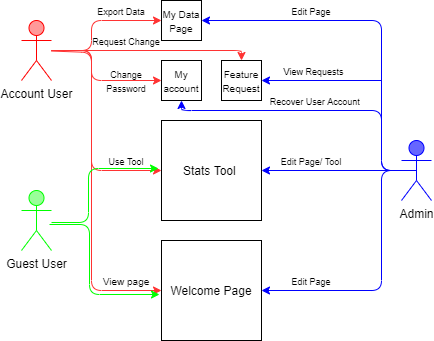
jbonvissuto/COSC412-Jackson-Bonvissuto keeps this draw.io diagram as Use_Cases/Overalll_Use_Case.png. Above is the earlier version. Source tidied: cells renumbered, new cells last; positions are measured from the earlier drawing's top-left corner, leaving out a move shared by most shapes. Source of this version:
```xml
<mxGraphModel>
  <root>
    <mxCell id="0" />
    <mxCell id="1" parent="0" />
    <mxCell id="2" value="Account User" style="shape=umlActor;verticalLabelPosition=bottom;verticalAlign=top;html=1;outlineConnect=0;strokeColor=#FF0000;fillColor=#FF9999;" parent="1" vertex="1">
      <mxGeometry y="20" width="30" height="60" as="geometry" />
    </mxCell>
    <mxCell id="3" value="Guest User&lt;br&gt;" style="shape=umlActor;verticalLabelPosition=bottom;verticalAlign=top;html=1;strokeColor=#00FF00;fillColor=#99FF99;" parent="1" vertex="1">
      <mxGeometry y="190" width="30" height="60" as="geometry" />
    </mxCell>
    <mxCell id="4" value="Admin&lt;br&gt;" style="shape=umlActor;verticalLabelPosition=bottom;verticalAlign=top;html=1;outlineConnect=0;strokeColor=#0000FF;fillColor=#6666FF;" parent="1" vertex="1">
      <mxGeometry x="380" y="140" width="30" height="60" as="geometry" />
    </mxCell>
    <mxCell id="5" value="Welcome Page" style="whiteSpace=wrap;html=1;strokeColor=#000000;fillColor=#FFFFFF;" parent="1" vertex="1">
      <mxGeometry x="140" y="240" width="100" height="100" as="geometry" />
    </mxCell>
    <mxCell id="6" value="Stats Tool&amp;nbsp;" style="whiteSpace=wrap;html=1;strokeColor=#000000;fillColor=#FFFFFF;" parent="1" vertex="1">
      <mxGeometry x="140" y="120" width="100" height="100" as="geometry" />
    </mxCell>
    <mxCell id="7" value="&lt;font style=&quot;font-size: 10px&quot;&gt;My Data Page&lt;/font&gt;" style="whiteSpace=wrap;html=1;strokeColor=#000000;fillColor=#FFFFFF;" parent="1" vertex="1">
      <mxGeometry x="140" width="40" height="40" as="geometry" />
    </mxCell>
    <mxCell id="8" value="&lt;font style=&quot;font-size: 10px&quot;&gt;Feature Request&lt;/font&gt;" style="whiteSpace=wrap;html=1;strokeColor=#000000;fillColor=#FFFFFF;" parent="1" vertex="1">
      <mxGeometry x="200" y="60" width="40" height="40" as="geometry" />
    </mxCell>
    <mxCell id="9" value="&lt;font style=&quot;font-size: 10px&quot;&gt;My account&lt;/font&gt;" style="rounded=0;whiteSpace=wrap;html=1;strokeColor=#000000;fillColor=#FFFFFF;" parent="1" vertex="1">
      <mxGeometry x="140" y="60" width="40" height="40" as="geometry" />
    </mxCell>
    <mxCell id="10" style="endArrow=classic;html=1;entryX=0;entryY=0.5;entryDx=0;entryDy=0;strokeColor=#FF3333;" parent="1" edge="1" source="2" target="6">
      <mxGeometry relative="1" as="geometry">
        <Array as="points">
          <mxPoint x="70" y="50" />
          <mxPoint x="70" y="170" />
        </Array>
      </mxGeometry>
    </mxCell>
    <mxCell id="11" style="endArrow=classic;html=1;entryX=0;entryY=0.5;entryDx=0;entryDy=0;strokeColor=#FF3333;" parent="1" edge="1" source="2" target="7">
      <mxGeometry relative="1" as="geometry">
        <Array as="points">
          <mxPoint x="70" y="50" />
          <mxPoint x="70" y="20" />
        </Array>
      </mxGeometry>
    </mxCell>
    <mxCell id="12" style="endArrow=classic;html=1;entryX=0;entryY=0.5;entryDx=0;entryDy=0;strokeColor=#FF3333;" parent="1" edge="1" source="2" target="9">
      <mxGeometry relative="1" as="geometry">
        <Array as="points">
          <mxPoint x="70" y="52" />
          <mxPoint x="70" y="80" />
        </Array>
      </mxGeometry>
    </mxCell>
    <mxCell id="13" style="endArrow=classic;html=1;entryX=0.5;entryY=0;entryDx=0;entryDy=0;strokeColor=#FF3333;" parent="1" edge="1" source="2" target="8">
      <mxGeometry relative="1" as="geometry">
        <Array as="points">
          <mxPoint x="220" y="50" />
        </Array>
      </mxGeometry>
    </mxCell>
    <mxCell id="14" style="endArrow=classic;html=1;entryX=0;entryY=0.5;entryDx=0;entryDy=0;strokeColor=#FF3333;" parent="1" edge="1" source="2" target="5">
      <mxGeometry relative="1" as="geometry">
        <Array as="points">
          <mxPoint x="70" y="50" />
          <mxPoint x="70" y="290" />
        </Array>
      </mxGeometry>
    </mxCell>
    <mxCell id="15" value="&lt;font style=&quot;font-size: 9px&quot;&gt;Export Data&lt;/font&gt;" style="text;html=1;strokeColor=none;fillColor=none;align=center;verticalAlign=middle;whiteSpace=wrap;rounded=0;" parent="1" vertex="1">
      <mxGeometry x="70" width="60" height="20" as="geometry" />
    </mxCell>
    <mxCell id="16" value="&lt;font style=&quot;font-size: 9px&quot;&gt;Request Change&lt;/font&gt;" style="text;html=1;strokeColor=none;fillColor=none;align=center;verticalAlign=middle;whiteSpace=wrap;rounded=0;" parent="1" vertex="1">
      <mxGeometry x="70" y="30" width="70" height="20" as="geometry" />
    </mxCell>
    <mxCell id="17" value="&lt;font style=&quot;font-size: 9px&quot;&gt;Change Password&lt;/font&gt;" style="text;html=1;strokeColor=none;fillColor=none;align=center;verticalAlign=middle;whiteSpace=wrap;rounded=0;" parent="1" vertex="1">
      <mxGeometry x="70" y="70" width="70" height="20" as="geometry" />
    </mxCell>
    <mxCell id="18" value="&lt;font style=&quot;font-size: 9px&quot;&gt;Use Tool&lt;/font&gt;" style="text;html=1;strokeColor=none;fillColor=none;align=center;verticalAlign=middle;whiteSpace=wrap;rounded=0;" parent="1" vertex="1">
      <mxGeometry x="70" y="150" width="70" height="20" as="geometry" />
    </mxCell>
    <mxCell id="19" value="&lt;font size=&quot;1&quot;&gt;View page&lt;/font&gt;" style="text;html=1;strokeColor=none;fillColor=none;align=center;verticalAlign=middle;whiteSpace=wrap;rounded=0;" parent="1" vertex="1">
      <mxGeometry x="70" y="270" width="70" height="20" as="geometry" />
    </mxCell>
    <mxCell id="20" style="endArrow=classic;html=1;strokeColor=#00FF00;entryX=1;entryY=1;entryDx=0;entryDy=0;fontStyle=1;" parent="1" edge="1">
      <mxGeometry relative="1" as="geometry">
        <mxPoint x="28" y="224" as="sourcePoint" />
        <mxPoint x="138" y="294" as="targetPoint" />
        <Array as="points">
          <mxPoint x="68" y="224" />
          <mxPoint x="68" y="294" />
        </Array>
      </mxGeometry>
    </mxCell>
    <mxCell id="21" style="endArrow=classic;html=1;strokeColor=#00FF00;entryX=1;entryY=1;entryDx=0;entryDy=0;" parent="1" edge="1">
      <mxGeometry relative="1" as="geometry">
        <mxPoint x="30" y="222" as="sourcePoint" />
        <mxPoint x="137" y="168" as="targetPoint" />
        <Array as="points">
          <mxPoint x="67" y="222" />
          <mxPoint x="67" y="168" />
        </Array>
      </mxGeometry>
    </mxCell>
    <mxCell id="22" style="endArrow=classic;html=1;strokeColor=#0000FF;exitX=0.5;exitY=0.5;exitDx=0;exitDy=0;exitPerimeter=0;entryX=1;entryY=0.5;entryDx=0;entryDy=0;" parent="1" edge="1" source="4" target="6">
      <mxGeometry relative="1" as="geometry" />
    </mxCell>
    <mxCell id="23" style="endArrow=classic;html=1;strokeColor=#0000FF;exitX=0.5;exitY=0.5;exitDx=0;exitDy=0;exitPerimeter=0;entryX=1;entryY=0.5;entryDx=0;entryDy=0;" parent="1" edge="1" source="4" target="7">
      <mxGeometry relative="1" as="geometry">
        <Array as="points">
          <mxPoint x="360" y="170" />
          <mxPoint x="360" y="20" />
        </Array>
      </mxGeometry>
    </mxCell>
    <mxCell id="24" style="endArrow=classic;html=1;strokeColor=#0000FF;exitX=0.5;exitY=0.5;exitDx=0;exitDy=0;exitPerimeter=0;entryX=0.5;entryY=1;entryDx=0;entryDy=0;" parent="1" edge="1" source="4" target="9">
      <mxGeometry relative="1" as="geometry">
        <Array as="points">
          <mxPoint x="360" y="170" />
          <mxPoint x="360" y="110" />
          <mxPoint x="160" y="110" />
        </Array>
      </mxGeometry>
    </mxCell>
    <mxCell id="25" style="endArrow=classic;html=1;strokeColor=#0000FF;entryX=1;entryY=0.5;entryDx=0;entryDy=0;exitX=0.5;exitY=0.5;exitDx=0;exitDy=0;exitPerimeter=0;" parent="1" edge="1" source="4" target="5">
      <mxGeometry relative="1" as="geometry">
        <Array as="points">
          <mxPoint x="360" y="170" />
          <mxPoint x="360" y="290" />
        </Array>
      </mxGeometry>
    </mxCell>
    <mxCell id="26" style="endArrow=classic;html=1;strokeColor=#0000FF;entryX=1;entryY=0.5;entryDx=0;entryDy=0;" parent="1" edge="1" target="8">
      <mxGeometry relative="1" as="geometry">
        <mxPoint x="360" y="80" as="sourcePoint" />
      </mxGeometry>
    </mxCell>
    <mxCell id="27" value="&lt;font style=&quot;font-size: 9px&quot;&gt;Edit Page&lt;/font&gt;" style="text;html=1;strokeColor=none;fillColor=none;align=center;verticalAlign=middle;whiteSpace=wrap;rounded=0;" parent="1" vertex="1">
      <mxGeometry x="260" y="270" width="60" height="20" as="geometry" />
    </mxCell>
    <mxCell id="28" value="&lt;font style=&quot;font-size: 9px&quot;&gt;Edit Page/ Tool&lt;/font&gt;" style="text;html=1;strokeColor=none;fillColor=none;align=center;verticalAlign=middle;whiteSpace=wrap;rounded=0;" parent="1" vertex="1">
      <mxGeometry x="250" y="150" width="80" height="20" as="geometry" />
    </mxCell>
    <mxCell id="29" value="&lt;font style=&quot;font-size: 9px&quot;&gt;View Requests&lt;/font&gt;" style="text;html=1;strokeColor=none;fillColor=none;align=center;verticalAlign=middle;whiteSpace=wrap;rounded=0;" parent="1" vertex="1">
      <mxGeometry x="255" y="60" width="75" height="20" as="geometry" />
    </mxCell>
    <mxCell id="30" value="&lt;font style=&quot;font-size: 9px&quot;&gt;Recover User Account&amp;nbsp;&lt;/font&gt;" style="text;html=1;strokeColor=none;fillColor=none;align=center;verticalAlign=middle;whiteSpace=wrap;rounded=0;" parent="1" vertex="1">
      <mxGeometry x="240" y="90" width="110" height="20" as="geometry" />
    </mxCell>
    <mxCell id="31" value="&lt;font style=&quot;font-size: 9px&quot;&gt;Edit Page&lt;/font&gt;" style="text;html=1;strokeColor=none;fillColor=none;align=center;verticalAlign=middle;whiteSpace=wrap;rounded=0;" parent="1" vertex="1">
      <mxGeometry x="260" width="60" height="20" as="geometry" />
    </mxCell>
  </root>
</mxGraphModel>
```
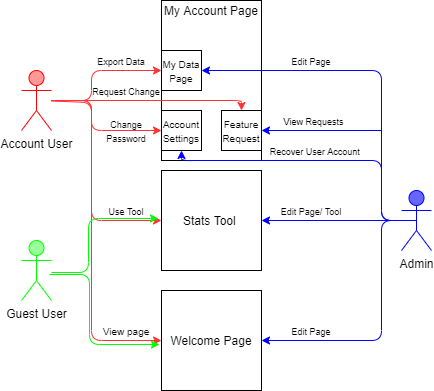
After the change.

Change to the diagram source:
```diff
@@ -2,6 +2,9 @@
   <root>
     <mxCell id="0" />
     <mxCell id="1" parent="0" />
+    <mxCell id="32" style="rounded=0;whiteSpace=wrap;html=1;" parent="1" vertex="1">
+      <mxGeometry x="140" y="-50" width="100" height="160" as="geometry" />
+    </mxCell>
     <mxCell id="2" value="Account User" style="shape=umlActor;verticalLabelPosition=bottom;verticalAlign=top;html=1;outlineConnect=0;strokeColor=#FF0000;fillColor=#FF9999;" parent="1" vertex="1">
       <mxGeometry y="20" width="30" height="60" as="geometry" />
     </mxCell>
@@ -23,7 +26,7 @@
     <mxCell id="8" value="&lt;font style=&quot;font-size: 10px&quot;&gt;Feature Request&lt;/font&gt;" style="whiteSpace=wrap;html=1;strokeColor=#000000;fillColor=#FFFFFF;" parent="1" vertex="1">
       <mxGeometry x="200" y="60" width="40" height="40" as="geometry" />
     </mxCell>
-    <mxCell id="9" value="&lt;font style=&quot;font-size: 10px&quot;&gt;My account&lt;/font&gt;" style="rounded=0;whiteSpace=wrap;html=1;strokeColor=#000000;fillColor=#FFFFFF;" parent="1" vertex="1">
+    <mxCell id="9" value="&lt;font style=&quot;font-size: 10px&quot;&gt;Account Settings&lt;/font&gt;" style="rounded=0;whiteSpace=wrap;html=1;strokeColor=#000000;fillColor=#FFFFFF;" parent="1" vertex="1">
       <mxGeometry x="140" y="60" width="40" height="40" as="geometry" />
     </mxCell>
     <mxCell id="10" style="endArrow=classic;html=1;entryX=0;entryY=0.5;entryDx=0;entryDy=0;strokeColor=#FF3333;" parent="1" edge="1" source="2" target="6">
@@ -148,5 +151,8 @@
     <mxCell id="31" value="&lt;font style=&quot;font-size: 9px&quot;&gt;Edit Page&lt;/font&gt;" style="text;html=1;strokeColor=none;fillColor=none;align=center;verticalAlign=middle;whiteSpace=wrap;rounded=0;" parent="1" vertex="1">
       <mxGeometry x="260" width="60" height="20" as="geometry" />
     </mxCell>
+    <mxCell id="33" value="My Account Page" style="text;html=1;strokeColor=none;fillColor=none;align=center;verticalAlign=middle;whiteSpace=wrap;rounded=0;" parent="1" vertex="1">
+      <mxGeometry x="140" y="-50" width="100" height="20" as="geometry" />
+    </mxCell>
   </root>
 </mxGraphModel>
```
